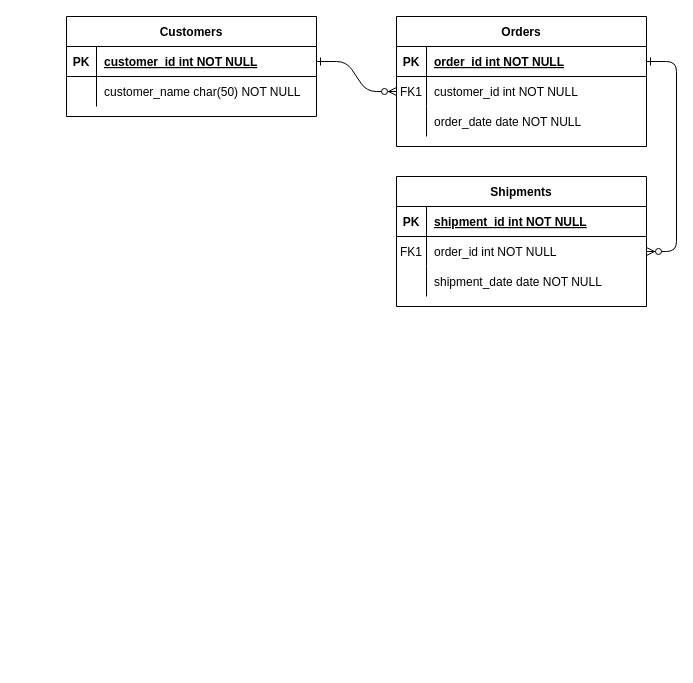
This is MAO_ER.drawio from MaTTalv001/MAO_the_3rd_Day, a draw.io file, before an edit. Source tidied: cells renumbered, new cells numbered last; positions are measured from the earlier drawing's top-left corner, leaving out a move shared by most shapes. Both pictures are drawn from the tidied source at 100%, with x=0, y=0 at pixel (66, 16).
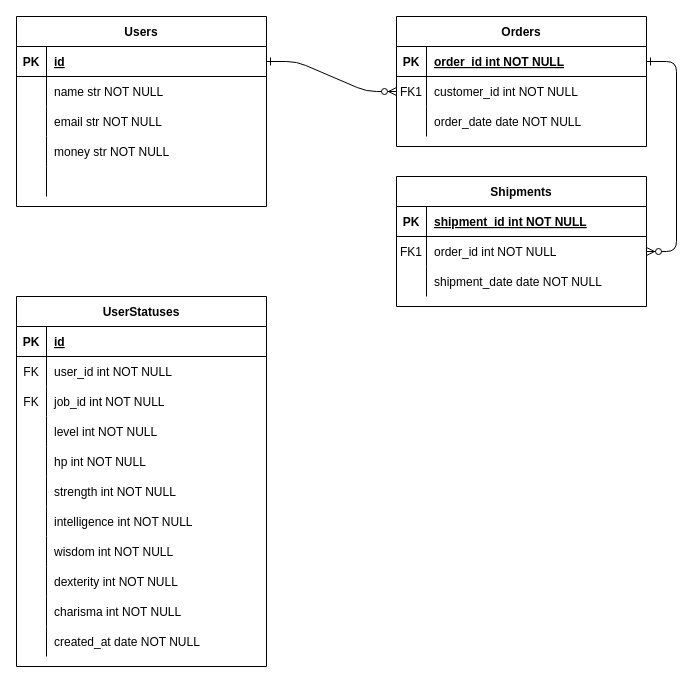
Above is the later version.

Commit message:
MAO_ER.drawio を更新します

The change refers to these unchanged cells:
```xml
<mxCell id="25" style="shape=partialRectangle;fillColor=none;points=[[0,0.5],[1,0.5]];portConstraint=eastwest;top=0;left=0;right=0;bottom=1;" parent="24" vertex="1">
  <mxGeometry y="30" width="250" height="30" as="geometry" />
</mxCell>
<mxCell id="28" style="shape=partialRectangle;fillColor=none;top=0;left=0;right=0;bottom=0;" parent="24" vertex="1">
  <mxGeometry y="60" width="250" height="30" as="geometry" />
</mxCell>
```

Change to the diagram source:
```diff
@@
-    <mxCell id="24" value="Customers" style="shape=table;startSize=30;childLayout=tableLayout;rowLines=0;fontStyle=1;align=center;" parent="1" vertex="1">
-      <mxGeometry width="250" height="100" as="geometry" />
+    <mxCell id="24" value="Users" style="shape=table;startSize=30;childLayout=tableLayout;rowLines=0;fontStyle=1;align=center;" parent="1" vertex="1">
+      <mxGeometry x="-50" width="250" height="190" as="geometry" />
     </mxCell>
@@
-    <mxCell id="27" value="customer_id int NOT NULL " style="shape=partialRectangle;overflow=hidden;fillColor=none;top=0;left=0;bottom=0;right=0;align=left;spacingLeft=6;fontStyle=5;" parent="25" vertex="1">
+    <mxCell id="27" value="id" style="shape=partialRectangle;overflow=hidden;fillColor=none;top=0;left=0;bottom=0;right=0;align=left;spacingLeft=6;fontStyle=5;" parent="25" vertex="1">
       <mxGeometry x="30" width="220" height="30" as="geometry" />
     </mxCell>
@@
-    <mxCell id="30" value="customer_name char(50) NOT NULL" style="shape=partialRectangle;overflow=hidden;fillColor=none;top=0;left=0;bottom=0;right=0;align=left;spacingLeft=6;" parent="28" vertex="1">
+    <mxCell id="30" value="name str NOT NULL" style="shape=partialRectangle;overflow=hidden;fillColor=none;top=0;left=0;bottom=0;right=0;align=left;spacingLeft=6;" parent="28" vertex="1">
       <mxGeometry x="30" width="220" height="30" as="geometry" />
     </mxCell>
+    <mxCell id="31" style="shape=partialRectangle;fillColor=none;top=0;left=0;right=0;bottom=0;" parent="24" vertex="1">
+      <mxGeometry y="90" width="250" height="30" as="geometry" />
+    </mxCell>
+    <mxCell id="32" style="shape=partialRectangle;overflow=hidden;fillColor=none;top=0;left=0;bottom=0;right=0;" parent="31" vertex="1">
+      <mxGeometry width="30" height="30" as="geometry" />
+    </mxCell>
+    <mxCell id="33" value="email str NOT NULL" style="shape=partialRectangle;overflow=hidden;fillColor=none;top=0;left=0;bottom=0;right=0;align=left;spacingLeft=6;" parent="31" vertex="1">
+      <mxGeometry x="30" width="220" height="30" as="geometry" />
+    </mxCell>
+    <mxCell id="34" style="shape=partialRectangle;fillColor=none;top=0;left=0;right=0;bottom=0;" parent="24" vertex="1">
+      <mxGeometry y="120" width="250" height="30" as="geometry" />
+    </mxCell>
+    <mxCell id="35" style="shape=partialRectangle;overflow=hidden;fillColor=none;top=0;left=0;bottom=0;right=0;" parent="34" vertex="1">
+      <mxGeometry width="30" height="30" as="geometry" />
+    </mxCell>
+    <mxCell id="36" value="money str NOT NULL" style="shape=partialRectangle;overflow=hidden;fillColor=none;top=0;left=0;bottom=0;right=0;align=left;spacingLeft=6;" parent="34" vertex="1">
+      <mxGeometry x="30" width="220" height="30" as="geometry" />
+    </mxCell>
+    <mxCell id="37" style="shape=partialRectangle;fillColor=none;top=0;left=0;right=0;bottom=0;" parent="24" vertex="1">
+      <mxGeometry y="150" width="250" height="30" as="geometry" />
+    </mxCell>
+    <mxCell id="38" style="shape=partialRectangle;overflow=hidden;fillColor=none;top=0;left=0;bottom=0;right=0;" parent="37" vertex="1">
+      <mxGeometry width="30" height="30" as="geometry" />
+    </mxCell>
+    <mxCell id="39" style="shape=partialRectangle;overflow=hidden;fillColor=none;top=0;left=0;bottom=0;right=0;align=left;spacingLeft=6;" parent="37" vertex="1">
+      <mxGeometry x="30" width="220" height="30" as="geometry" />
+    </mxCell>
+    <mxCell id="40" value="UserStatuses" style="shape=table;startSize=30;childLayout=tableLayout;rowLines=0;fontStyle=1;align=center;" parent="1" vertex="1">
+      <mxGeometry x="-50" y="280" width="250" height="370" as="geometry" />
+    </mxCell>
+    <mxCell id="41" style="shape=partialRectangle;fillColor=none;top=0;left=0;right=0;bottom=1;" parent="40" vertex="1">
+      <mxGeometry y="30" width="250" height="30" as="geometry" />
+    </mxCell>
+    <mxCell id="42" value="PK" style="shape=partialRectangle;overflow=hidden;fillColor=none;top=0;left=0;bottom=0;right=0;fontStyle=1;" parent="41" vertex="1">
+      <mxGeometry width="30" height="30" as="geometry" />
+    </mxCell>
+    <mxCell id="43" value="id" style="shape=partialRectangle;overflow=hidden;fillColor=none;top=0;left=0;bottom=0;right=0;align=left;spacingLeft=6;fontStyle=5;" parent="41" vertex="1">
+      <mxGeometry x="30" width="220" height="30" as="geometry" />
+    </mxCell>
+    <mxCell id="44" style="shape=partialRectangle;fillColor=none;top=0;left=0;right=0;bottom=0;" parent="40" vertex="1">
+      <mxGeometry y="60" width="250" height="30" as="geometry" />
+    </mxCell>
+    <mxCell id="45" value="FK" style="shape=partialRectangle;overflow=hidden;fillColor=none;top=0;left=0;bottom=0;right=0;" parent="44" vertex="1">
+      <mxGeometry width="30" height="30" as="geometry" />
+    </mxCell>
+    <mxCell id="46" value="user_id int NOT NULL" style="shape=partialRectangle;overflow=hidden;fillColor=none;top=0;left=0;bottom=0;right=0;align=left;spacingLeft=6;" parent="44" vertex="1">
+      <mxGeometry x="30" width="220" height="30" as="geometry" />
+    </mxCell>
+    <mxCell id="47" style="shape=partialRectangle;fillColor=none;top=0;left=0;right=0;bottom=0;" parent="40" vertex="1">
+      <mxGeometry y="90" width="250" height="30" as="geometry" />
+    </mxCell>
+    <mxCell id="48" value="FK" style="shape=partialRectangle;overflow=hidden;fillColor=none;top=0;left=0;bottom=0;right=0;" parent="47" vertex="1">
+      <mxGeometry width="30" height="30" as="geometry" />
+    </mxCell>
+    <mxCell id="49" value="job_id int NOT NULL" style="shape=partialRectangle;overflow=hidden;fillColor=none;top=0;left=0;bottom=0;right=0;align=left;spacingLeft=6;" parent="47" vertex="1">
+      <mxGeometry x="30" width="220" height="30" as="geometry" />
+    </mxCell>
+    <mxCell id="50" style="shape=partialRectangle;fillColor=none;top=0;left=0;right=0;bottom=0;" parent="40" vertex="1">
+      <mxGeometry y="120" width="250" height="30" as="geometry" />
+    </mxCell>
+    <mxCell id="51" style="shape=partialRectangle;overflow=hidden;fillColor=none;top=0;left=0;bottom=0;right=0;" parent="50" vertex="1">
+      <mxGeometry width="30" height="30" as="geometry" />
+    </mxCell>
+    <mxCell id="52" value="level int NOT NULL" style="shape=partialRectangle;overflow=hidden;fillColor=none;top=0;left=0;bottom=0;right=0;align=left;spacingLeft=6;" parent="50" vertex="1">
+      <mxGeometry x="30" width="220" height="30" as="geometry" />
+    </mxCell>
+    <mxCell id="53" style="shape=partialRectangle;fillColor=none;top=0;left=0;right=0;bottom=0;" parent="40" vertex="1">
+      <mxGeometry y="150" width="250" height="30" as="geometry" />
+    </mxCell>
+    <mxCell id="54" style="shape=partialRectangle;overflow=hidden;fillColor=none;top=0;left=0;bottom=0;right=0;" parent="53" vertex="1">
+      <mxGeometry width="30" height="30" as="geometry" />
+    </mxCell>
+    <mxCell id="55" value="hp int NOT NULL" style="shape=partialRectangle;overflow=hidden;fillColor=none;top=0;left=0;bottom=0;right=0;align=left;spacingLeft=6;" parent="53" vertex="1">
+      <mxGeometry x="30" width="220" height="30" as="geometry" />
+    </mxCell>
+    <mxCell id="56" style="shape=partialRectangle;fillColor=none;top=0;left=0;right=0;bottom=0;" parent="40" vertex="1">
+      <mxGeometry y="180" width="250" height="30" as="geometry" />
+    </mxCell>
+    <mxCell id="57" style="shape=partialRectangle;overflow=hidden;fillColor=none;top=0;left=0;bottom=0;right=0;" parent="56" vertex="1">
+      <mxGeometry width="30" height="30" as="geometry" />
+    </mxCell>
+    <mxCell id="58" value="strength int NOT NULL" style="shape=partialRectangle;overflow=hidden;fillColor=none;top=0;left=0;bottom=0;right=0;align=left;spacingLeft=6;" parent="56" vertex="1">
+      <mxGeometry x="30" width="220" height="30" as="geometry" />
+    </mxCell>
+    <mxCell id="59" style="shape=partialRectangle;fillColor=none;top=0;left=0;right=0;bottom=0;" parent="40" vertex="1">
+      <mxGeometry y="210" width="250" height="30" as="geometry" />
+    </mxCell>
+    <mxCell id="60" style="shape=partialRectangle;overflow=hidden;fillColor=none;top=0;left=0;bottom=0;right=0;" parent="59" vertex="1">
+      <mxGeometry width="30" height="30" as="geometry" />
+    </mxCell>
+    <mxCell id="61" value="intelligence int NOT NULL" style="shape=partialRectangle;overflow=hidden;fillColor=none;top=0;left=0;bottom=0;right=0;align=left;spacingLeft=6;" parent="59" vertex="1">
+      <mxGeometry x="30" width="220" height="30" as="geometry" />
+    </mxCell>
+    <mxCell id="62" style="shape=partialRectangle;fillColor=none;top=0;left=0;right=0;bottom=0;" parent="40" vertex="1">
+      <mxGeometry y="240" width="250" height="30" as="geometry" />
+    </mxCell>
+    <mxCell id="63" style="shape=partialRectangle;overflow=hidden;fillColor=none;top=0;left=0;bottom=0;right=0;" parent="62" vertex="1">
+      <mxGeometry width="30" height="30" as="geometry" />
+    </mxCell>
+    <mxCell id="64" value="wisdom int NOT NULL" style="shape=partialRectangle;overflow=hidden;fillColor=none;top=0;left=0;bottom=0;right=0;align=left;spacingLeft=6;" parent="62" vertex="1">
+      <mxGeometry x="30" width="220" height="30" as="geometry" />
+    </mxCell>
+    <mxCell id="65" style="shape=partialRectangle;fillColor=none;top=0;left=0;right=0;bottom=0;" parent="40" vertex="1">
+      <mxGeometry y="270" width="250" height="30" as="geometry" />
+    </mxCell>
+    <mxCell id="66" style="shape=partialRectangle;overflow=hidden;fillColor=none;top=0;left=0;bottom=0;right=0;" parent="65" vertex="1">
+      <mxGeometry width="30" height="30" as="geometry" />
+    </mxCell>
+    <mxCell id="67" value="dexterity int NOT NULL" style="shape=partialRectangle;overflow=hidden;fillColor=none;top=0;left=0;bottom=0;right=0;align=left;spacingLeft=6;" parent="65" vertex="1">
+      <mxGeometry x="30" width="220" height="30" as="geometry" />
+    </mxCell>
+    <mxCell id="68" style="shape=partialRectangle;fillColor=none;top=0;left=0;right=0;bottom=0;" parent="40" vertex="1">
+      <mxGeometry y="300" width="250" height="30" as="geometry" />
+    </mxCell>
+    <mxCell id="69" style="shape=partialRectangle;overflow=hidden;fillColor=none;top=0;left=0;bottom=0;right=0;" parent="68" vertex="1">
+      <mxGeometry width="30" height="30" as="geometry" />
+    </mxCell>
+    <mxCell id="70" value="charisma int NOT NULL" style="shape=partialRectangle;overflow=hidden;fillColor=none;top=0;left=0;bottom=0;right=0;align=left;spacingLeft=6;" parent="68" vertex="1">
+      <mxGeometry x="30" width="220" height="30" as="geometry" />
+    </mxCell>
+    <mxCell id="71" style="shape=partialRectangle;fillColor=none;top=0;left=0;right=0;bottom=0;" parent="40" vertex="1">
+      <mxGeometry y="330" width="250" height="30" as="geometry" />
+    </mxCell>
+    <mxCell id="72" style="shape=partialRectangle;overflow=hidden;fillColor=none;top=0;left=0;bottom=0;right=0;" parent="71" vertex="1">
+      <mxGeometry width="30" height="30" as="geometry" />
+    </mxCell>
+    <mxCell id="73" value="created_at date NOT NULL" style="shape=partialRectangle;overflow=hidden;fillColor=none;top=0;left=0;bottom=0;right=0;align=left;spacingLeft=6;" parent="71" vertex="1">
+      <mxGeometry x="30" width="220" height="30" as="geometry" />
+    </mxCell>
```
